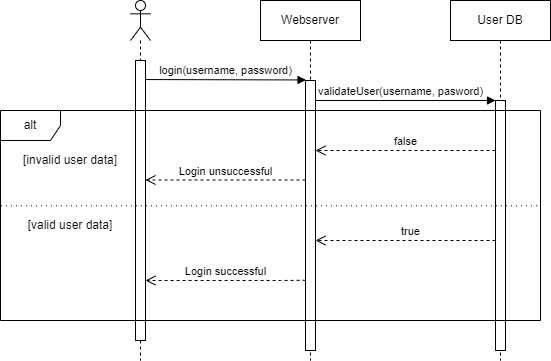
rittakos/CreaTeam-ComputerSecurity keeps this draw.io diagram as Diagrams/sequence/login.png. Above is the earlier version. Source tidied: cells renumbered, new cells last; positions are measured from the earlier drawing's top-left corner, leaving out a move shared by most shapes. The source it was exported from:
```xml
<mxGraphModel>
  <root>
    <mxCell id="0" />
    <mxCell id="1" parent="0" />
    <mxCell id="2" value="Webserver" style="shape=umlLifeline;perimeter=lifelinePerimeter;whiteSpace=wrap;html=1;" parent="1" vertex="1">
      <mxGeometry x="260" width="100" height="360" as="geometry" />
    </mxCell>
    <mxCell id="3" style="html=1;points=[];perimeter=orthogonalPerimeter;" parent="2" vertex="1">
      <mxGeometry x="45" y="80" width="10" height="270" as="geometry" />
    </mxCell>
    <mxCell id="4" style="shape=umlLifeline;participant=umlActor;perimeter=lifelinePerimeter;whiteSpace=wrap;html=1;verticalAlign=top;spacingTop=36;" parent="1" vertex="1">
      <mxGeometry x="130" width="20" height="360" as="geometry" />
    </mxCell>
    <mxCell id="5" style="html=1;points=[];perimeter=orthogonalPerimeter;" parent="4" vertex="1">
      <mxGeometry x="5" y="60" width="10" height="280" as="geometry" />
    </mxCell>
    <mxCell id="6" value="login(username, password)" style="html=1;verticalAlign=bottom;endArrow=block;rounded=0;entryX=0.057;entryY=-0.002;entryDx=0;entryDy=0;entryPerimeter=0;exitX=1.024;exitY=0.068;exitDx=0;exitDy=0;exitPerimeter=0;" parent="1" edge="1" source="5" target="3">
      <mxGeometry relative="1" as="geometry" />
    </mxCell>
    <mxCell id="7" value="User DB" style="shape=umlLifeline;perimeter=lifelinePerimeter;whiteSpace=wrap;html=1;" parent="1" vertex="1">
      <mxGeometry x="450" width="100" height="360" as="geometry" />
    </mxCell>
    <mxCell id="8" style="html=1;points=[];perimeter=orthogonalPerimeter;" parent="7" vertex="1">
      <mxGeometry x="45" y="100" width="10" height="250" as="geometry" />
    </mxCell>
    <mxCell id="9" value="validateUser(username, pasword)" style="html=1;verticalAlign=bottom;endArrow=block;rounded=0;" parent="1" edge="1" source="3" target="8">
      <mxGeometry x="-0.06" relative="1" as="geometry">
        <Array as="points">
          <mxPoint x="430" y="100" />
        </Array>
      </mxGeometry>
    </mxCell>
    <mxCell id="10" value="[invalid user data]" style="text;html=1;strokeColor=none;fillColor=none;align=center;verticalAlign=middle;whiteSpace=wrap;rounded=0;" parent="1" vertex="1">
      <mxGeometry x="20" y="145" width="100" height="30" as="geometry" />
    </mxCell>
    <mxCell id="11" value="false" style="html=1;verticalAlign=bottom;endArrow=open;dashed=1;endSize=8;rounded=0;" parent="1" edge="1" source="8" target="3">
      <mxGeometry relative="1" as="geometry">
        <Array as="points">
          <mxPoint x="480" y="150" />
        </Array>
      </mxGeometry>
    </mxCell>
    <mxCell id="12" value="Login unsuccessful" style="html=1;verticalAlign=bottom;endArrow=open;dashed=1;endSize=8;rounded=0;" parent="1" edge="1" target="5">
      <mxGeometry relative="1" as="geometry">
        <mxPoint x="305" y="179.5" as="sourcePoint" />
      </mxGeometry>
    </mxCell>
    <mxCell id="13" value="true" style="html=1;verticalAlign=bottom;endArrow=open;dashed=1;endSize=8;rounded=0;" parent="1" edge="1" source="8" target="3">
      <mxGeometry x="-0.06" relative="1" as="geometry">
        <Array as="points">
          <mxPoint x="430" y="240" />
          <mxPoint x="350" y="240" />
        </Array>
      </mxGeometry>
    </mxCell>
    <mxCell id="14" value="[valid user data]" style="text;html=1;strokeColor=none;fillColor=none;align=center;verticalAlign=middle;whiteSpace=wrap;rounded=0;" parent="1" vertex="1">
      <mxGeometry x="25" y="210" width="90" height="30" as="geometry" />
    </mxCell>
    <mxCell id="15" value="Login successful" style="html=1;verticalAlign=bottom;endArrow=open;dashed=1;endSize=8;rounded=0;exitX=0.009;exitY=0.74;exitDx=0;exitDy=0;exitPerimeter=0;" parent="1" edge="1" source="3" target="5">
      <mxGeometry relative="1" as="geometry">
        <Array as="points">
          <mxPoint x="280" y="280" />
        </Array>
      </mxGeometry>
    </mxCell>
    <mxCell id="16" style="endArrow=none;dashed=1;html=1;rounded=0;entryX=1;entryY=0.454;entryDx=0;entryDy=0;entryPerimeter=0;exitX=0.001;exitY=0.454;exitDx=0;exitDy=0;exitPerimeter=0;dashPattern=1 4;" parent="1" edge="1" source="17" target="17">
      <mxGeometry relative="1" as="geometry" />
    </mxCell>
    <mxCell id="17" value="alt" style="shape=umlFrame;whiteSpace=wrap;html=1;" parent="1" vertex="1">
      <mxGeometry y="110" width="540" height="210" as="geometry" />
    </mxCell>
  </root>
</mxGraphModel>
```
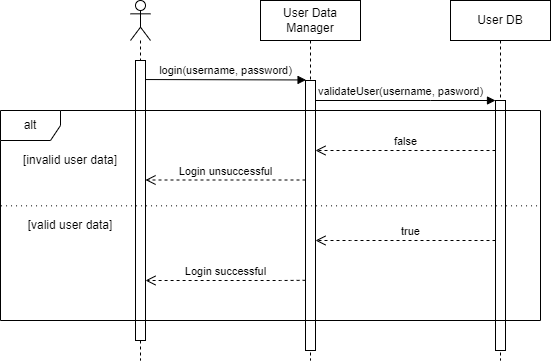
Later version of the same file.

Diff of the diagram source:
```diff
@@ -2,7 +2,7 @@
   <root>
     <mxCell id="0" />
     <mxCell id="1" parent="0" />
-    <mxCell id="2" value="Webserver" style="shape=umlLifeline;perimeter=lifelinePerimeter;whiteSpace=wrap;html=1;" parent="1" vertex="1">
+    <mxCell id="2" value="User Data Manager" style="shape=umlLifeline;perimeter=lifelinePerimeter;whiteSpace=wrap;html=1;" parent="1" vertex="1">
       <mxGeometry x="260" width="100" height="360" as="geometry" />
     </mxCell>
     <mxCell id="3" style="html=1;points=[];perimeter=orthogonalPerimeter;" parent="2" vertex="1">
```
